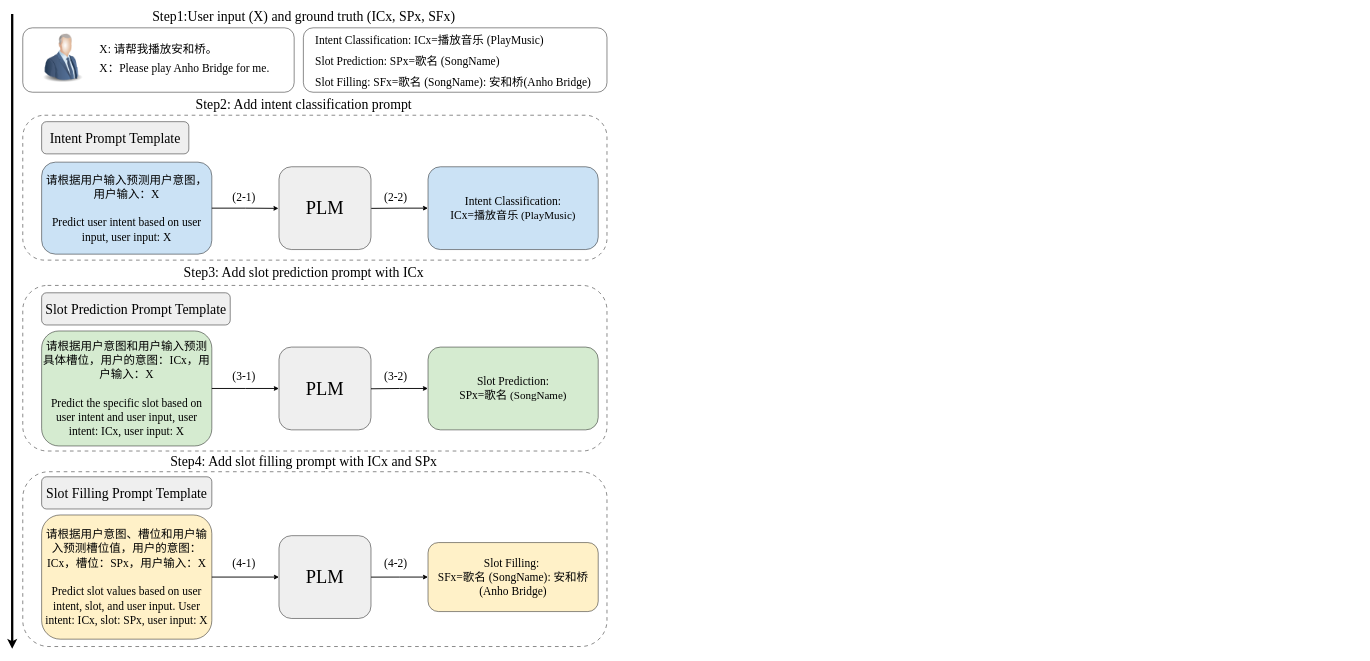
Before: chinese_NLU/CpromptNLU.drawio in lengyueit/paper_pic, a draw.io diagram. Source tidied: cells renumbered, new cells numbered last; positions are measured from the earlier drawing's top-left corner, leaving out a move shared by most shapes. Both pictures are drawn from the tidied source at 46%, with x=0, y=0 at pixel (12, 9).
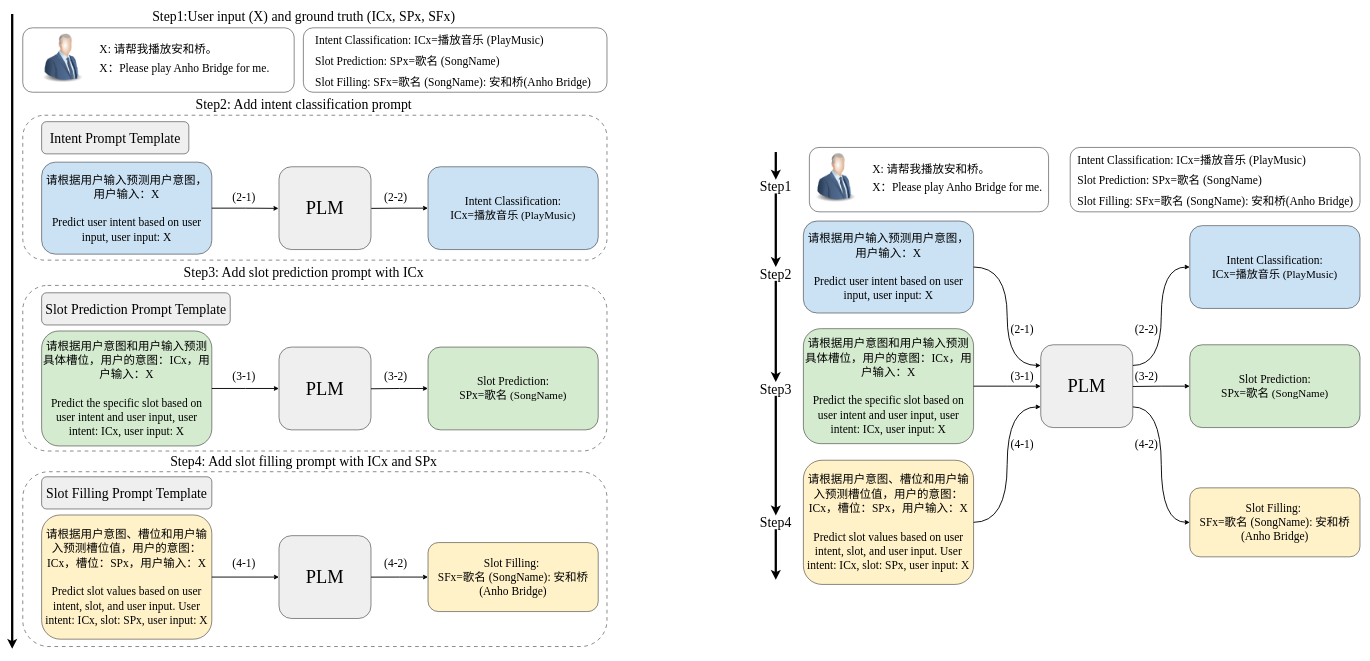
The same page after the edit.

The edit, as a diff of the source:
```diff
@@
+    <mxCell id="44" style="endArrow=classic;html=1;rounded=0;strokeWidth=5;" parent="1" edge="1" source="82">
+      <mxGeometry relative="1" as="geometry">
+        <mxPoint x="1660" y="1240" as="targetPoint" />
+      </mxGeometry>
+    </mxCell>
+    <mxCell id="45" style="group;" parent="1" vertex="1">
+      <mxGeometry x="1720" y="460" width="1210" height="790" as="geometry" />
+    </mxCell>
+    <mxCell id="46" value="&lt;span style=&quot;font-size: 25px; text-align: left;&quot;&gt;&lt;font face=&quot;Times New Roman&quot;&gt;请根据用户输入预测用户意图，用户输入：X&lt;/font&gt;&lt;/span&gt;&lt;div&gt;&lt;span style=&quot;text-align: left;&quot;&gt;&lt;span style=&quot;font-size: 25px;&quot;&gt;&lt;font face=&quot;Times New Roman&quot;&gt;&lt;br&gt;&lt;/font&gt;&lt;/span&gt;&lt;/span&gt;&lt;/div&gt;&lt;div&gt;&lt;span style=&quot;text-align: left;&quot;&gt;&lt;span style=&quot;font-size: 25px;&quot;&gt;&lt;font face=&quot;Times New Roman&quot;&gt;Predict user intent based on user input, user input: X&lt;/font&gt;&lt;/span&gt;&lt;/span&gt;&lt;/div&gt;" style="rounded=1;whiteSpace=wrap;html=1;fillColor=light-dark(#cbe2f5, #ededed);" parent="45" vertex="1">
+      <mxGeometry width="370" height="200" as="geometry" />
+    </mxCell>
+    <mxCell id="47" value="&lt;span style=&quot;font-family: &amp;quot;Times New Roman&amp;quot;; font-size: 25px;&quot;&gt;Intent Classification:&lt;/span&gt;&lt;div&gt;&lt;font face=&quot;Times New Roman&quot;&gt;&lt;span style=&quot;font-size: 25px; text-align: left;&quot;&gt;ICx=&lt;/span&gt;&lt;span style=&quot;font-size: 24px; text-align: left;&quot;&gt;播放音乐 (PlayMusic)&lt;/span&gt;&lt;/font&gt;&lt;/div&gt;" style="rounded=1;whiteSpace=wrap;html=1;fillColor=light-dark(#cbe2f5, #ededed);" parent="45" vertex="1">
+      <mxGeometry x="840" y="10" width="370" height="180" as="geometry" />
+    </mxCell>
+    <mxCell id="48" value="&lt;span style=&quot;font-size: 25px; text-align: left;&quot;&gt;&lt;font face=&quot;Times New Roman&quot;&gt;请根据用户意图和用户输入预测具体槽位，用户的意图：ICx，用户输入：X&lt;/font&gt;&lt;/span&gt;&lt;div&gt;&lt;span style=&quot;text-align: left;&quot;&gt;&lt;span style=&quot;font-size: 25px;&quot;&gt;&lt;font face=&quot;Times New Roman&quot;&gt;&lt;br&gt;&lt;/font&gt;&lt;/span&gt;&lt;/span&gt;&lt;/div&gt;&lt;div&gt;&lt;span style=&quot;text-align: left;&quot;&gt;&lt;span style=&quot;font-size: 25px;&quot;&gt;&lt;font face=&quot;Times New Roman&quot;&gt;Predict the specific slot based on user intent and user input, user intent: ICx, user input: X&lt;/font&gt;&lt;/span&gt;&lt;/span&gt;&lt;/div&gt;" style="rounded=1;whiteSpace=wrap;html=1;fillColor=light-dark(#d5ebd0, #ededed);" parent="45" vertex="1">
+      <mxGeometry y="234" width="370" height="250" as="geometry" />
+    </mxCell>
+    <mxCell id="49" value="&lt;span style=&quot;font-size: 25px; text-align: left;&quot;&gt;&lt;font face=&quot;Times New Roman&quot;&gt;请根据用户意图、槽位和用户输入预测槽位值，用户的意图：ICx，槽位：SPx，用户输入：X&lt;/font&gt;&lt;/span&gt;&lt;div&gt;&lt;span style=&quot;text-align: left;&quot;&gt;&lt;span style=&quot;font-size: 25px;&quot;&gt;&lt;font face=&quot;Times New Roman&quot;&gt;&lt;br&gt;&lt;/font&gt;&lt;/span&gt;&lt;/span&gt;&lt;/div&gt;&lt;div&gt;&lt;span style=&quot;text-align: left;&quot;&gt;&lt;span style=&quot;font-size: 25px;&quot;&gt;&lt;font face=&quot;Times New Roman&quot;&gt;Predict slot values based on user intent, slot, and user input. User intent: ICx, slot: SPx, user input: X&lt;/font&gt;&lt;/span&gt;&lt;/span&gt;&lt;/div&gt;" style="rounded=1;whiteSpace=wrap;html=1;fillColor=light-dark(#fff1c8, #ededed);" parent="45" vertex="1">
+      <mxGeometry y="520" width="370" height="270" as="geometry" />
+    </mxCell>
+    <mxCell id="50" value="&lt;span style=&quot;font-family: &amp;quot;Times New Roman&amp;quot;; font-size: 25px;&quot;&gt;Slot Prediction:&lt;/span&gt;&lt;div&gt;&lt;font face=&quot;Times New Roman&quot;&gt;&lt;span style=&quot;font-size: 25px; text-align: left;&quot;&gt;SPx=歌名&lt;/span&gt;&lt;span style=&quot;font-size: 24px; text-align: left;&quot;&gt;&amp;nbsp;(SongName)&lt;/span&gt;&lt;/font&gt;&lt;/div&gt;" style="rounded=1;whiteSpace=wrap;html=1;fillColor=light-dark(#d5ebd0, #ededed);" parent="45" vertex="1">
+      <mxGeometry x="840" y="269" width="370" height="180" as="geometry" />
+    </mxCell>
+    <mxCell id="51" value="&lt;font style=&quot;text-align: left; font-size: 25px;&quot; face=&quot;Times New Roman&quot;&gt;&lt;span style=&quot;text-align: center;&quot;&gt;Slot Filling:&amp;nbsp;&lt;/span&gt;&lt;/font&gt;&lt;div&gt;&lt;font face=&quot;Times New Roman&quot;&gt;&lt;font style=&quot;text-align: left; font-size: 25px;&quot;&gt;SFx=&lt;/font&gt;&lt;span style=&quot;text-align: left; font-size: 25px;&quot;&gt;歌名&amp;nbsp;(SongName):&amp;nbsp;&lt;/span&gt;&lt;font style=&quot;text-align: left; font-size: 25px;&quot;&gt;安和桥(Anho Bridge)&lt;/font&gt;&lt;/font&gt;&lt;/div&gt;" style="rounded=1;whiteSpace=wrap;html=1;fillColor=light-dark(#fff1c8, #ededed);" parent="45" vertex="1">
+      <mxGeometry x="840" y="580" width="370" height="150" as="geometry" />
+    </mxCell>
+    <mxCell id="52" style="edgeStyle=orthogonalEdgeStyle;rounded=0;jettySize=auto;html=1;exitX=1;exitY=0.5;exitDx=0;exitDy=0;verticalAlign=middle;strokeWidth=2;" parent="45" edge="1" source="48">
+      <mxGeometry relative="1" as="geometry">
+        <mxPoint x="516" y="359" as="targetPoint" />
+      </mxGeometry>
+    </mxCell>
+    <mxCell id="53" style="edgeStyle=orthogonalEdgeStyle;rounded=0;jettySize=auto;html=1;exitX=1;exitY=0.5;exitDx=0;exitDy=0;strokeWidth=2;entryX=0;entryY=0.25;entryDx=0;entryDy=0;curved=1;" parent="45" edge="1" source="46" target="64">
+      <mxGeometry relative="1" as="geometry" />
+    </mxCell>
+    <mxCell id="54" style="edgeStyle=orthogonalEdgeStyle;rounded=0;jettySize=auto;html=1;exitX=1;exitY=0.5;exitDx=0;exitDy=0;entryX=0;entryY=0.75;entryDx=0;entryDy=0;strokeWidth=2;curved=1;" parent="45" edge="1" source="49" target="64">
+      <mxGeometry relative="1" as="geometry" />
+    </mxCell>
+    <mxCell id="55" style="edgeStyle=orthogonalEdgeStyle;rounded=0;jettySize=auto;html=1;exitX=0;exitY=0.5;exitDx=0;exitDy=0;entryX=1;entryY=0.25;entryDx=0;entryDy=0;endArrow=none;endFill=0;startArrow=classic;startFill=1;strokeWidth=2;curved=1;" parent="45" edge="1" source="47" target="64">
+      <mxGeometry relative="1" as="geometry" />
+    </mxCell>
+    <mxCell id="56" style="edgeStyle=orthogonalEdgeStyle;rounded=0;jettySize=auto;html=1;entryX=1;entryY=0.513;entryDx=0;entryDy=0;entryPerimeter=0;startArrow=classic;startFill=1;endArrow=none;endFill=0;verticalAlign=middle;exitX=0;exitY=0.5;exitDx=0;exitDy=0;strokeWidth=2;" parent="45" edge="1" source="50">
+      <mxGeometry relative="1" as="geometry">
+        <mxPoint x="715" y="359.7" as="targetPoint" />
+        <Array as="points">
+          <mxPoint x="778" y="359" />
+        </Array>
+      </mxGeometry>
+    </mxCell>
+    <mxCell id="57" style="edgeStyle=orthogonalEdgeStyle;rounded=0;jettySize=auto;html=1;entryX=1;entryY=0.75;entryDx=0;entryDy=0;startArrow=classic;startFill=1;endArrow=none;endFill=0;exitX=0;exitY=0.5;exitDx=0;exitDy=0;strokeWidth=2;curved=1;" parent="45" edge="1" source="51" target="64">
+      <mxGeometry relative="1" as="geometry" />
+    </mxCell>
+    <mxCell id="58" value="&lt;font style=&quot;font-size: 25px;&quot; face=&quot;Times New Roman&quot;&gt;(2-1)&lt;/font&gt;" style="text;html=1;align=center;verticalAlign=middle;whiteSpace=wrap;rounded=0;" parent="45" vertex="1">
+      <mxGeometry x="446" y="220" width="60" height="30" as="geometry" />
+    </mxCell>
+    <mxCell id="59" value="&lt;font style=&quot;font-size: 25px;&quot; face=&quot;Times New Roman&quot;&gt;(2-2)&lt;/font&gt;" style="text;html=1;align=center;verticalAlign=middle;whiteSpace=wrap;rounded=0;" parent="45" vertex="1">
+      <mxGeometry x="716" y="220" width="60" height="30" as="geometry" />
+    </mxCell>
+    <mxCell id="60" value="&lt;font style=&quot;font-size: 25px;&quot; face=&quot;Times New Roman&quot;&gt;(3-1)&lt;/font&gt;" style="text;html=1;align=center;verticalAlign=middle;whiteSpace=wrap;rounded=0;" parent="45" vertex="1">
+      <mxGeometry x="446" y="321" width="60" height="30" as="geometry" />
+    </mxCell>
+    <mxCell id="61" value="&lt;font style=&quot;font-size: 25px;&quot; face=&quot;Times New Roman&quot;&gt;(3-2)&lt;/font&gt;" style="text;html=1;align=center;verticalAlign=middle;whiteSpace=wrap;rounded=0;" parent="45" vertex="1">
+      <mxGeometry x="716" y="321" width="60" height="30" as="geometry" />
+    </mxCell>
+    <mxCell id="62" value="&lt;font style=&quot;font-size: 25px;&quot; face=&quot;Times New Roman&quot;&gt;(4-1)&lt;/font&gt;" style="text;html=1;align=center;verticalAlign=middle;whiteSpace=wrap;rounded=0;" parent="45" vertex="1">
+      <mxGeometry x="446" y="469" width="60" height="30" as="geometry" />
+    </mxCell>
+    <mxCell id="63" value="&lt;font style=&quot;font-size: 25px;&quot; face=&quot;Times New Roman&quot;&gt;(4-2)&lt;/font&gt;" style="text;html=1;align=center;verticalAlign=middle;whiteSpace=wrap;rounded=0;" parent="45" vertex="1">
+      <mxGeometry x="716" y="469" width="60" height="30" as="geometry" />
+    </mxCell>
+    <mxCell id="64" value="&lt;font style=&quot;font-size: 40px;&quot; face=&quot;Times New Roman&quot;&gt;PLM&lt;/font&gt;" style="rounded=1;whiteSpace=wrap;html=1;fillColor=light-dark(#efefef, #ededed);" parent="45" vertex="1">
+      <mxGeometry x="516" y="269" width="200" height="180" as="geometry" />
+    </mxCell>
+    <mxCell id="65" style="group;" parent="1" vertex="1">
+      <mxGeometry x="2300" y="300" width="634" height="140" as="geometry" />
+    </mxCell>
+    <mxCell id="66" style="rounded=1;whiteSpace=wrap;html=1;" parent="65" vertex="1">
+      <mxGeometry width="630" height="140" as="geometry" />
+    </mxCell>
+    <mxCell id="67" value="&lt;font style=&quot;font-size: 25px;&quot; face=&quot;Times New Roman&quot;&gt;&lt;span style=&quot;text-align: center;&quot;&gt;Intent Classification:&amp;nbsp;&lt;/span&gt;ICx=播放音乐 (PlayMusic)&lt;/font&gt;" style="text;html=1;align=left;verticalAlign=middle;whiteSpace=wrap;rounded=0;fontSize=30;" parent="65" vertex="1">
+      <mxGeometry x="14" y="10" width="580" height="30" as="geometry" />
+    </mxCell>
+    <mxCell id="68" value="&lt;font style=&quot;font-size: 25px;&quot; face=&quot;Times New Roman&quot;&gt;&lt;span style=&quot;text-align: center;&quot;&gt;Slot Prediction:&amp;nbsp;&lt;/span&gt;SPx=歌名&amp;nbsp;(SongName)&lt;/font&gt;" style="text;html=1;align=left;verticalAlign=middle;whiteSpace=wrap;rounded=0;fontSize=30;" parent="65" vertex="1">
+      <mxGeometry x="14" y="55" width="550" height="30" as="geometry" />
+    </mxCell>
+    <mxCell id="69" value="&lt;font style=&quot;font-size: 25px;&quot; face=&quot;Times New Roman&quot;&gt;&lt;span style=&quot;text-align: center;&quot;&gt;Slot Filling:&amp;nbsp;&lt;/span&gt;SFx=&lt;/font&gt;&lt;span style=&quot;font-family: &amp;quot;Times New Roman&amp;quot;; font-size: 25px;&quot;&gt;歌名&amp;nbsp;(SongName):&amp;nbsp;&lt;/span&gt;&lt;font style=&quot;font-size: 25px;&quot; face=&quot;Times New Roman&quot;&gt;安和桥(Anho Bridge)&lt;/font&gt;" style="text;html=1;align=left;verticalAlign=middle;whiteSpace=wrap;rounded=0;fontSize=30;" parent="65" vertex="1">
+      <mxGeometry x="14" y="100" width="620" height="30" as="geometry" />
+    </mxCell>
+    <mxCell id="70" style="group;" parent="1" vertex="1">
+      <mxGeometry x="1720" y="300" width="543" height="140" as="geometry" />
+    </mxCell>
+    <mxCell id="71" style="rounded=1;whiteSpace=wrap;html=1;" parent="70" vertex="1">
+      <mxGeometry x="13" width="520" height="140" as="geometry" />
+    </mxCell>
+    <mxCell id="72" style="image;html=1;image=img/lib/clip_art/people/Suit_Man_Blue_128x128.png;" parent="70" vertex="1">
+      <mxGeometry y="10" width="140" height="110" as="geometry" />
+    </mxCell>
+    <mxCell id="73" value="&lt;font face=&quot;Times New Roman&quot; style=&quot;font-size: 25px;&quot;&gt;X: 请帮我播放安和桥。&lt;/font&gt;" style="text;html=1;align=left;verticalAlign=middle;whiteSpace=wrap;rounded=0;fontSize=30;" parent="70" vertex="1">
+      <mxGeometry x="148" y="30" width="380" height="30" as="geometry" />
+    </mxCell>
+    <mxCell id="74" value="&lt;font style=&quot;font-size: 25px;&quot; face=&quot;Times New Roman&quot;&gt;&lt;span style=&quot;&quot;&gt;&lt;font style=&quot;&quot;&gt;X：&lt;/font&gt;&lt;/span&gt;Please play Anho Bridge for me.&lt;/font&gt;" style="text;html=1;align=left;verticalAlign=middle;whiteSpace=wrap;rounded=0;fontSize=30;" parent="70" vertex="1">
+      <mxGeometry x="148" y="70" width="395" height="30" as="geometry" />
+    </mxCell>
+    <mxCell id="75" style="endArrow=classic;html=1;rounded=0;strokeWidth=5;" parent="1" edge="1" target="76">
+      <mxGeometry relative="1" as="geometry">
+        <mxPoint x="1660" y="310" as="sourcePoint" />
+      </mxGeometry>
+    </mxCell>
+    <mxCell id="76" value="&lt;font face=&quot;Times New Roman&quot; style=&quot;font-size: 30px;&quot;&gt;Step1&lt;/font&gt;" style="text;html=1;align=center;verticalAlign=middle;whiteSpace=wrap;rounded=0;" parent="1" vertex="1">
+      <mxGeometry x="1610" y="370" width="100" height="30" as="geometry" />
+    </mxCell>
+    <mxCell id="77" style="endArrow=classic;html=1;rounded=0;strokeWidth=5;" parent="1" edge="1" source="76" target="78">
+      <mxGeometry relative="1" as="geometry" />
+    </mxCell>
+    <mxCell id="78" value="&lt;font face=&quot;Times New Roman&quot; style=&quot;font-size: 30px;&quot;&gt;Step2&lt;/font&gt;" style="text;html=1;align=center;verticalAlign=middle;whiteSpace=wrap;rounded=0;" parent="1" vertex="1">
+      <mxGeometry x="1610" y="560" width="100" height="30" as="geometry" />
+    </mxCell>
+    <mxCell id="79" style="endArrow=classic;html=1;rounded=0;strokeWidth=5;" parent="1" edge="1" source="78" target="80">
+      <mxGeometry relative="1" as="geometry" />
+    </mxCell>
+    <mxCell id="80" value="&lt;font face=&quot;Times New Roman&quot; style=&quot;font-size: 30px;&quot;&gt;Step3&lt;/font&gt;" style="text;html=1;align=center;verticalAlign=middle;whiteSpace=wrap;rounded=0;" parent="1" vertex="1">
+      <mxGeometry x="1610" y="810" width="100" height="30" as="geometry" />
+    </mxCell>
+    <mxCell id="81" style="endArrow=classic;html=1;rounded=0;strokeWidth=5;" parent="1" edge="1" source="80" target="82">
+      <mxGeometry relative="1" as="geometry" />
+    </mxCell>
+    <mxCell id="82" value="&lt;font face=&quot;Times New Roman&quot; style=&quot;font-size: 30px;&quot;&gt;Step4&lt;/font&gt;" style="text;html=1;align=center;verticalAlign=middle;whiteSpace=wrap;rounded=0;" parent="1" vertex="1">
+      <mxGeometry x="1610" y="1100" width="100" height="30" as="geometry" />
+    </mxCell>
```
